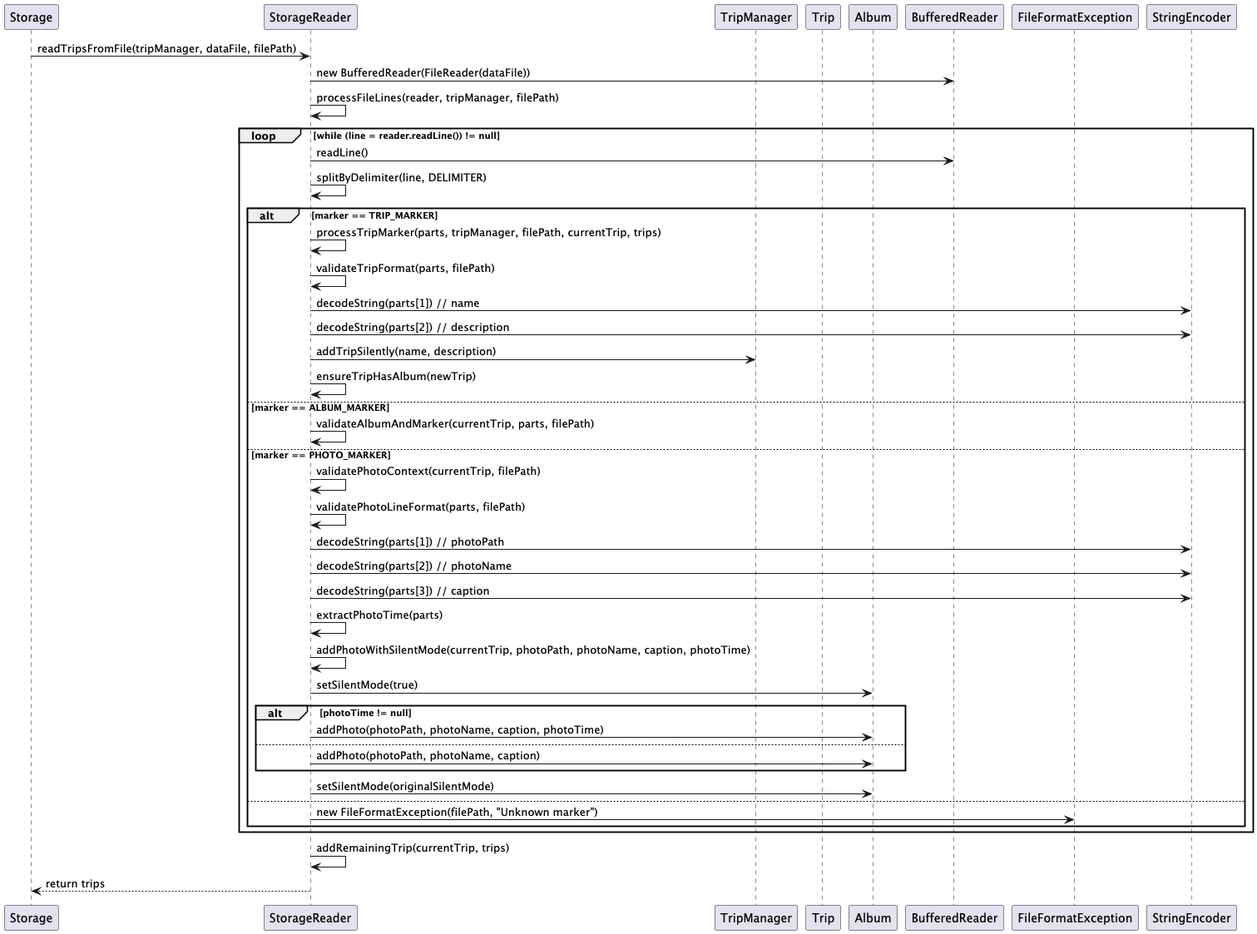
Above: docs/puml_pics/StorageReader.png in ojassurana/tp (PlantUML), before the change.
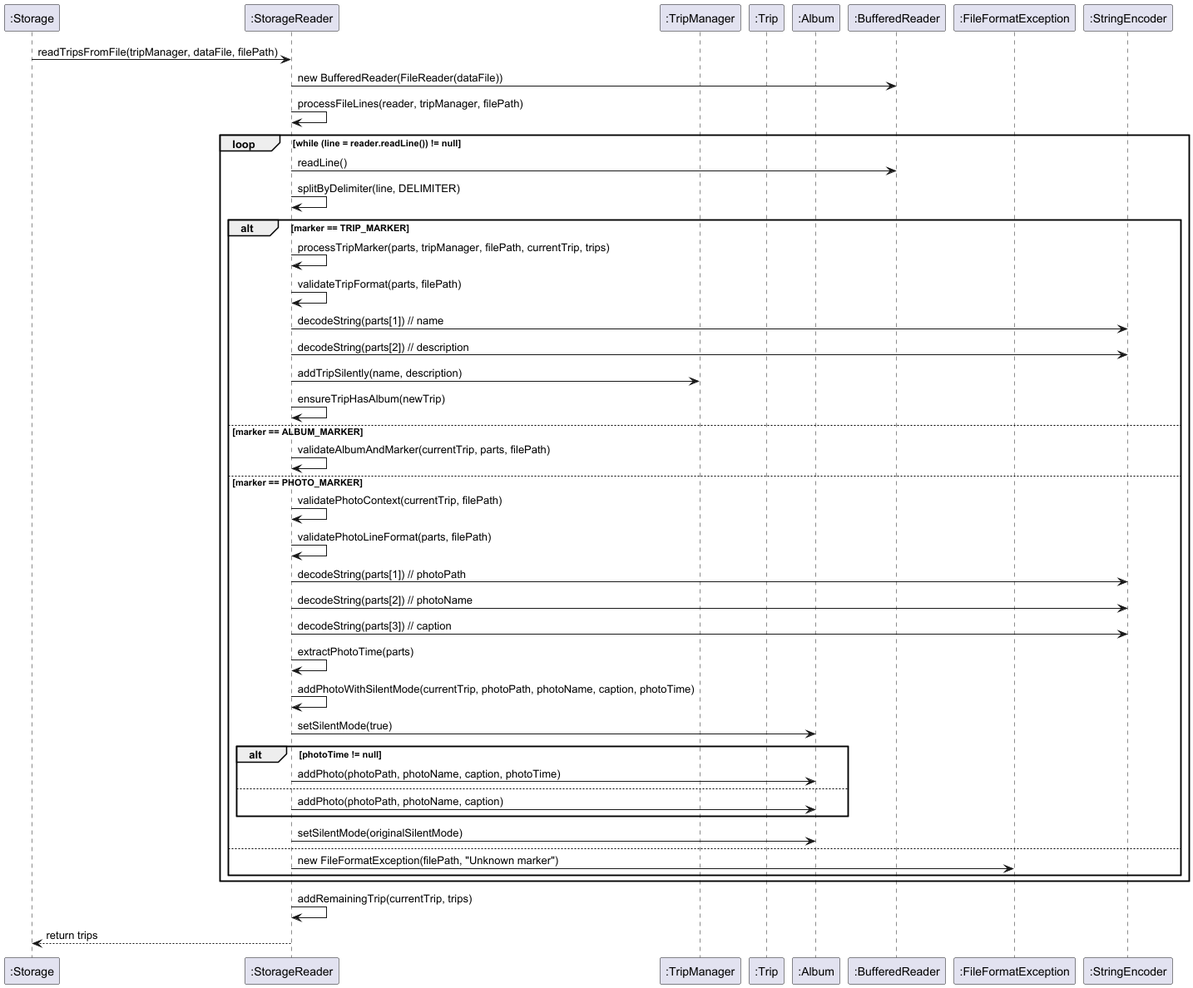
The same diagram one commit later.

Diff of the diagram source:
```diff
@@ -1,12 +1,12 @@
 @startuml
-participant Storage
-participant StorageReader
-participant TripManager
-participant Trip
-participant Album
-participant BufferedReader
-participant FileFormatException
-participant StringEncoder
+participant ":Storage" as Storage
+participant ":StorageReader" as StorageReader
+participant ":TripManager" as TripManager
+participant ":Trip" as Trip
+participant ":Album" as Album
+participant ":BufferedReader" as BufferedReader
+participant ":FileFormatException" as FileFormatException
+participant ":StringEncoder" as StringEncoder
 
 Storage -> StorageReader: readTripsFromFile(tripManager, dataFile, filePath)
 StorageReader -> BufferedReader: new BufferedReader(FileReader(dataFile))
```
